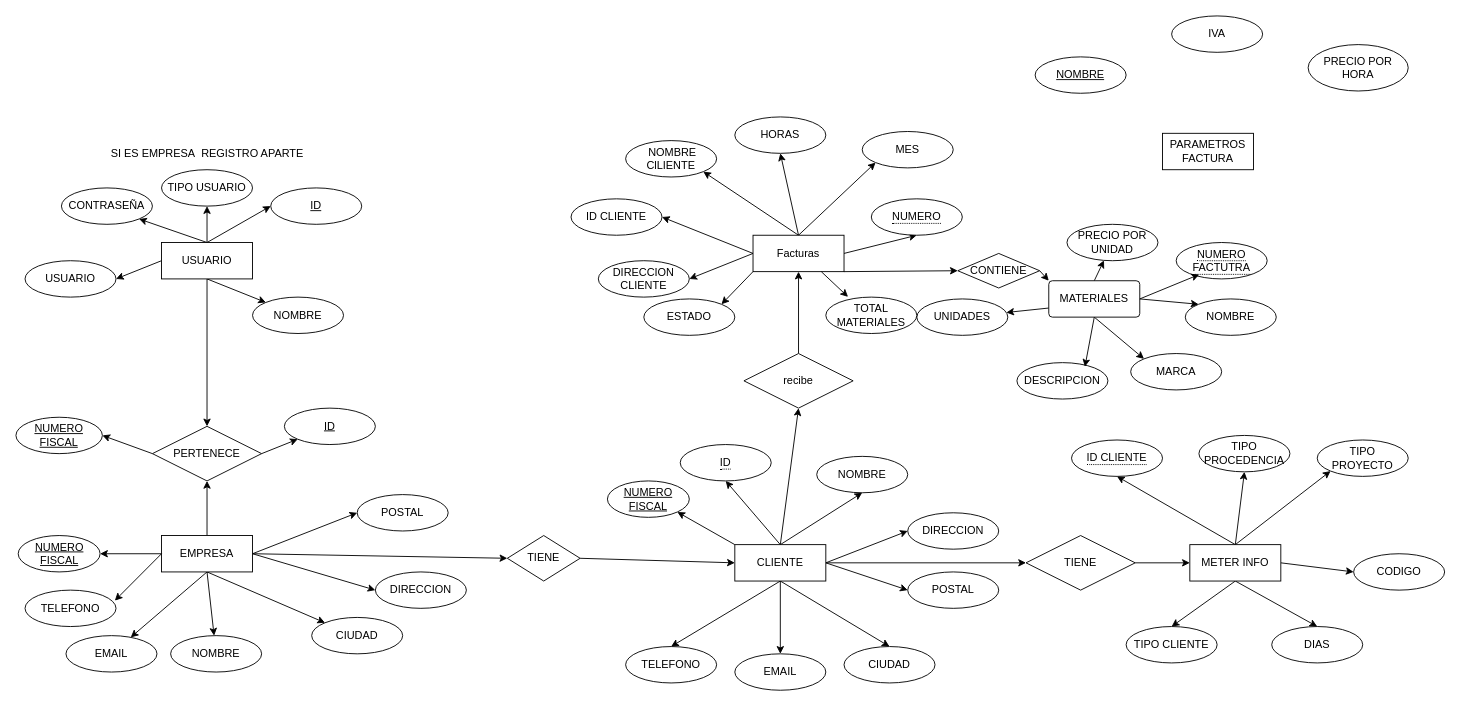
Above: diagram/Diagrama RELACIONES SQL.drawio in carlosbackdev/ElecIdea-App-Desktop-Java (draw.io), before the change. Source tidied: cells renumbered, new cells numbered last; positions are measured from the earlier drawing's top-left corner, leaving out a move shared by most shapes. Both pictures are drawn from the tidied source at 91%, with x=0, y=0 at pixel (15, 15).
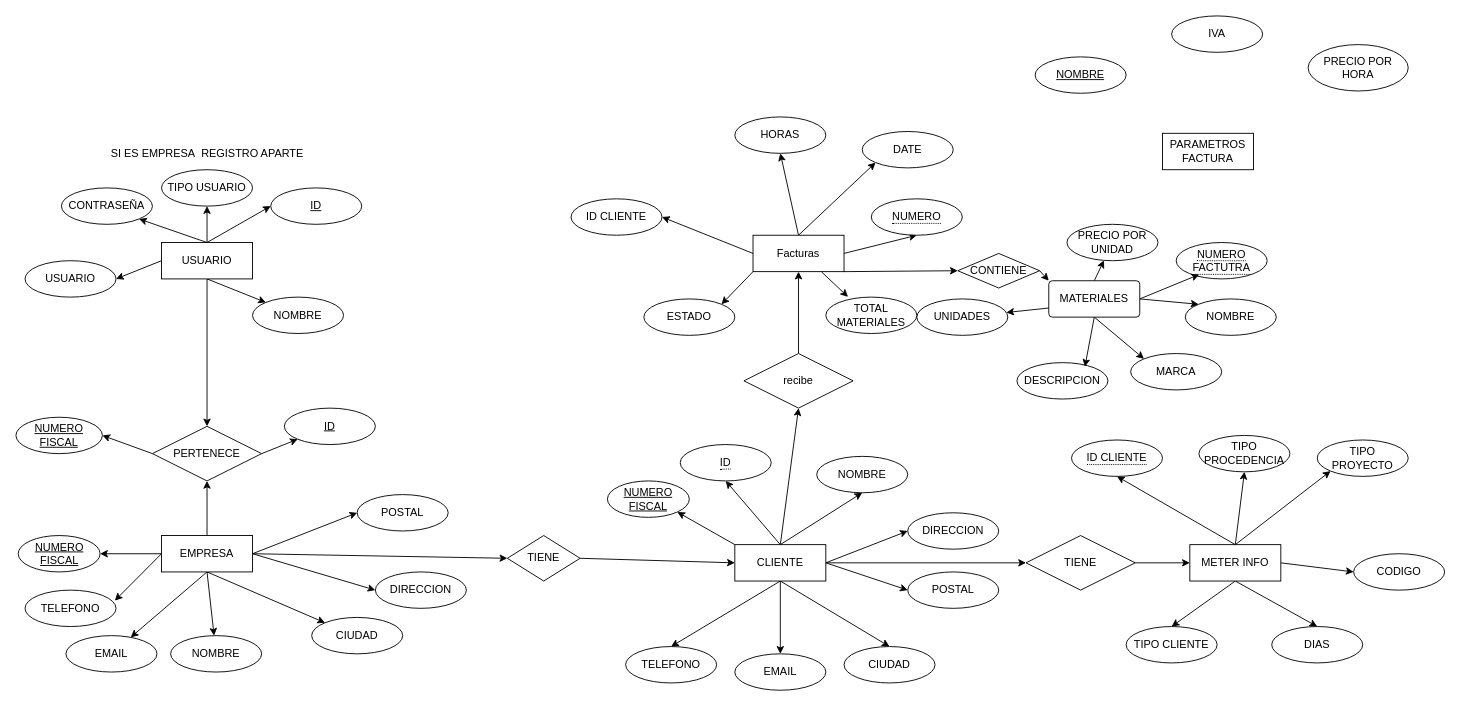
The same diagram, later.

Unchanged cells that the change refers to:
```xml
<mxCell id="85" value="Facturas" style="whiteSpace=wrap;html=1;align=center;" parent="1" vertex="1">
  <mxGeometry x="810" y="241" width="100" height="40" as="geometry" />
</mxCell>
```

The edit, as a diff of the source:
```diff
@@
-    <mxCell id="77" style="edgeStyle=none;rounded=0;jettySize=auto;html=1;exitX=0;exitY=0.5;exitDx=0;exitDy=0;entryX=1;entryY=0.5;entryDx=0;entryDy=0;" parent="1" edge="1" source="85" target="90">
-      <mxGeometry relative="1" as="geometry" />
-    </mxCell>
@@
-    <mxCell id="79" style="edgeStyle=none;rounded=0;jettySize=auto;html=1;exitX=0.5;exitY=0;exitDx=0;exitDy=0;entryX=1;entryY=1;entryDx=0;entryDy=0;" parent="1" edge="1" source="85" target="88">
-      <mxGeometry relative="1" as="geometry" />
-    </mxCell>
@@
-    <mxCell id="88" value="&amp;nbsp;NOMBRE ClLIENTE" style="ellipse;whiteSpace=wrap;html=1;align=center;" parent="1" vertex="1">
-      <mxGeometry x="670" y="137" width="100" height="40" as="geometry" />
-    </mxCell>
@@
-    <mxCell id="90" value="DIRECCION CLIENTE" style="ellipse;whiteSpace=wrap;html=1;align=center;" parent="1" vertex="1">
-      <mxGeometry x="640" y="269" width="100" height="40" as="geometry" />
-    </mxCell>
@@
-    <mxCell id="92" value="MES" style="ellipse;whiteSpace=wrap;html=1;align=center;" parent="1" vertex="1">
+    <mxCell id="92" value="DATE" style="ellipse;whiteSpace=wrap;html=1;align=center;" parent="1" vertex="1">
       <mxGeometry x="930" y="127" width="100" height="40" as="geometry" />
     </mxCell>
```
